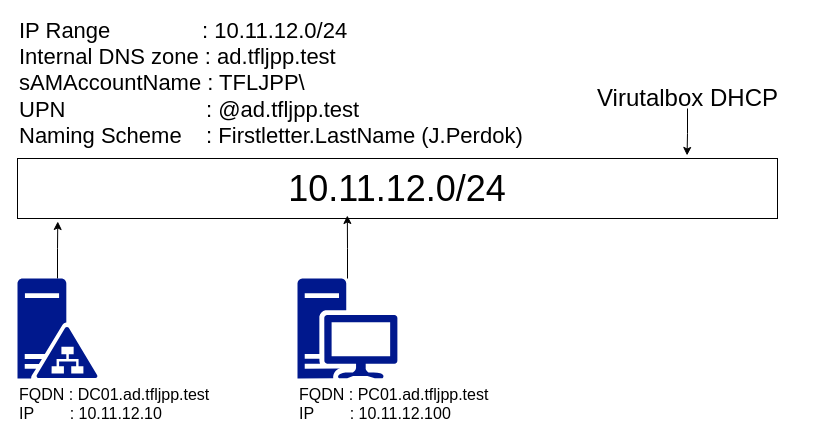
Earlier version of the draw.io diagram content/how_to_use_active_directory/tfljpp.drawio (AD4Noobs/site). Source tidied: cells renumbered, new cells numbered last; positions are measured from the earlier drawing's top-left corner, leaving out a move shared by most shapes. Both pictures are drawn from the tidied source at 100%, with x=0, y=0 at pixel (17, 38).
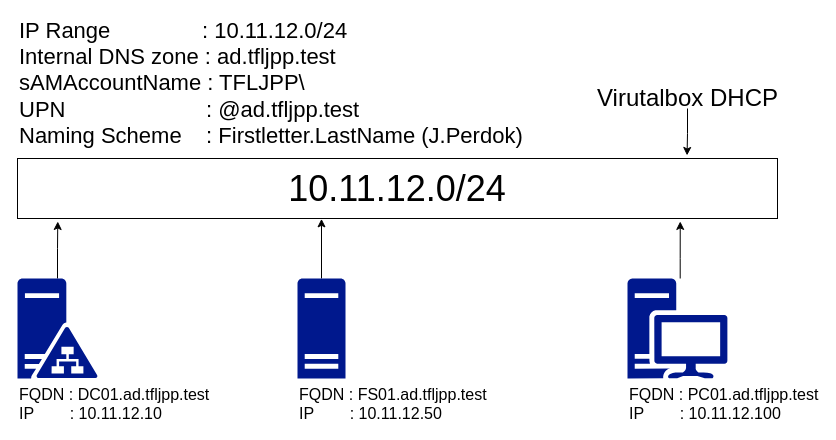
The same diagram, later.

The edit, as a diff of the source:
```diff
@@
 <mxGraphModel>
   <root>
     <mxCell id="0" />
     <mxCell id="1" parent="0" />
     <mxCell id="2" style="edgeStyle=orthogonalEdgeStyle;rounded=0;jettySize=auto;html=1;entryX=0.053;entryY=1.05;entryDx=0;entryDy=0;entryPerimeter=0;" parent="1" edge="1" source="3" target="4">
       <mxGeometry relative="1" as="geometry" />
     </mxCell>
     <mxCell id="3" value="&lt;div align=&quot;left&quot;&gt;&lt;font style=&quot;font-size: 16px&quot;&gt;FQDN : DC01.ad.tfljpp.test&lt;/font&gt;&lt;/div&gt;&lt;div align=&quot;left&quot;&gt;&lt;font style=&quot;font-size: 16px&quot;&gt;IP&amp;nbsp;&amp;nbsp;&amp;nbsp;&amp;nbsp;&amp;nbsp;&amp;nbsp;&amp;nbsp; : 10.11.12.10&lt;br&gt;&lt;/font&gt;&lt;/div&gt;" style="shadow=0;dashed=0;html=1;strokeColor=none;labelPosition=center;verticalLabelPosition=bottom;verticalAlign=top;align=left;fillColor=#00188D;shape=mxgraph.mscae.enterprise.ad_fs;" parent="1" vertex="1">
       <mxGeometry y="240" width="80" height="100" as="geometry" />
     </mxCell>
     <mxCell id="4" value="&lt;font style=&quot;font-size: 36px&quot;&gt;10.11.12.0/24&lt;/font&gt;" style="rounded=0;whiteSpace=wrap;html=1;" parent="1" vertex="1">
       <mxGeometry y="120" width="760" height="60" as="geometry" />
     </mxCell>
     <mxCell id="5" value="&lt;font style=&quot;font-size: 22px&quot;&gt;IP Range&amp;nbsp; &amp;nbsp; &amp;nbsp; &amp;nbsp; &amp;nbsp; &amp;nbsp; &amp;nbsp; &amp;nbsp;: 10.11.12.0/24&lt;br&gt;Internal DNS zone : ad.tfljpp.test&lt;br&gt;&lt;span&gt;sAMAccountName : TFLJPP\&lt;br&gt;&lt;/span&gt;UPN&amp;nbsp; &amp;nbsp; &amp;nbsp; &amp;nbsp; &amp;nbsp; &amp;nbsp; &amp;nbsp; &amp;nbsp; &amp;nbsp; &amp;nbsp; &amp;nbsp; &amp;nbsp;: @ad.tfljpp.test&lt;br&gt;Naming Scheme&amp;nbsp; &amp;nbsp; : Firstletter.LastName (J.Perdok)&lt;br&gt;&lt;/font&gt;" style="text;html=1;align=left;verticalAlign=middle;" parent="1" vertex="1">
       <mxGeometry width="520" height="90" as="geometry" />
     </mxCell>
     <mxCell id="6" style="edgeStyle=orthogonalEdgeStyle;rounded=0;jettySize=auto;html=1;entryX=0.881;entryY=-0.051;entryDx=0;entryDy=0;entryPerimeter=0;" parent="1" edge="1" source="7" target="4">
       <mxGeometry relative="1" as="geometry" />
     </mxCell>
     <mxCell id="7" value="&lt;font style=&quot;font-size: 24px&quot;&gt;Virutalbox DHCP&lt;/font&gt;" style="text;html=1;align=center;verticalAlign=middle;points=[];" parent="1" vertex="1">
       <mxGeometry x="570" y="50" width="200" height="20" as="geometry" />
     </mxCell>
-    <mxCell id="8" style="edgeStyle=orthogonalEdgeStyle;rounded=0;jettySize=auto;html=1;entryX=0.434;entryY=0.95;entryDx=0;entryDy=0;entryPerimeter=0;" parent="1" edge="1" source="9" target="4">
-      <mxGeometry relative="1" as="geometry" />
+    <mxCell id="8" style="edgeStyle=orthogonalEdgeStyle;rounded=0;jettySize=auto;html=1;entryX=0.872;entryY=1.049;entryDx=0;entryDy=0;entryPerimeter=0;" parent="1" edge="1" source="9" target="4">
+      <mxGeometry relative="1" as="geometry">
+        <Array as="points">
+          <mxPoint x="663" y="220" />
+        </Array>
+      </mxGeometry>
     </mxCell>
     <mxCell id="9" value="&lt;div&gt;&lt;font style=&quot;font-size: 16px&quot;&gt;FQDN : PC01.ad.tfljpp.test&lt;/font&gt;&lt;/div&gt;&lt;div&gt;&lt;font style=&quot;font-size: 16px&quot;&gt;IP&amp;nbsp;&amp;nbsp;&amp;nbsp;&amp;nbsp;&amp;nbsp;&amp;nbsp;&amp;nbsp; : 10.11.12.100&lt;/font&gt;&lt;/div&gt;" style="shadow=0;dashed=0;html=1;strokeColor=none;labelPosition=center;verticalLabelPosition=bottom;verticalAlign=top;align=left;fillColor=#00188D;shape=mxgraph.mscae.enterprise.workstation_client;" parent="1" vertex="1">
-      <mxGeometry x="280" y="240" width="100" height="100" as="geometry" />
+      <mxGeometry x="610" y="240" width="100" height="100" as="geometry" />
     </mxCell>
+    <mxCell id="10" style="edgeStyle=orthogonalEdgeStyle;rounded=0;jettySize=auto;html=1;entryX=0.4;entryY=1.006;entryDx=0;entryDy=0;entryPerimeter=0;" parent="1" edge="1" source="11" target="4">
+      <mxGeometry relative="1" as="geometry" />
+    </mxCell>
+    <mxCell id="11" value="&lt;div&gt;&lt;font style=&quot;font-size: 16px&quot;&gt;FQDN : FS01.ad.tfljpp.test&lt;/font&gt;&lt;/div&gt;&lt;div&gt;&lt;font style=&quot;font-size: 16px&quot;&gt;IP&amp;nbsp;&amp;nbsp;&amp;nbsp;&amp;nbsp;&amp;nbsp;&amp;nbsp;&amp;nbsp; : 10.11.12.50&lt;/font&gt;&lt;/div&gt;" style="shadow=0;dashed=0;html=1;strokeColor=none;labelPosition=center;verticalLabelPosition=bottom;verticalAlign=top;align=left;fillColor=#00188D;shape=mxgraph.mscae.enterprise.server_generic;" parent="1" vertex="1">
+      <mxGeometry x="280" y="240" width="48" height="100" as="geometry" />
+    </mxCell>
   </root>
 </mxGraphModel>
```
